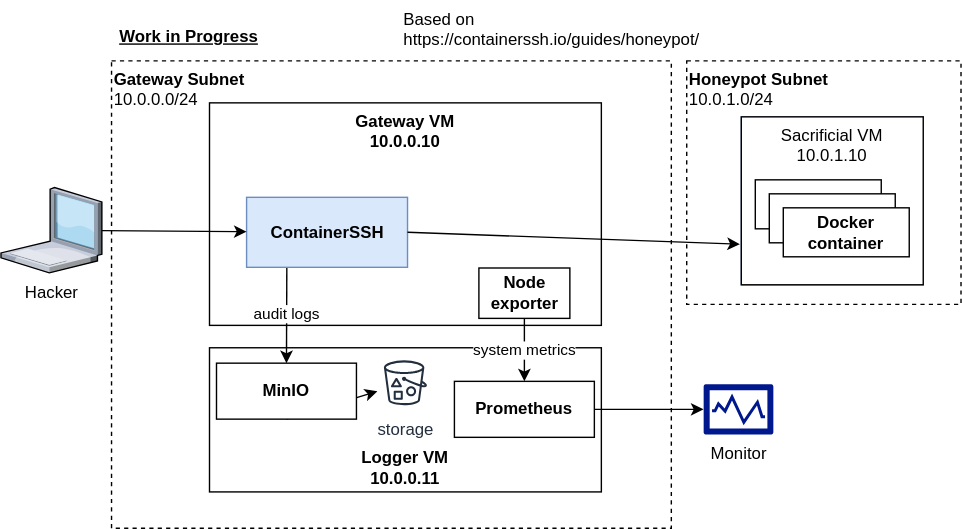
Before: diagrams/infra.drawio.svg, a diagram exported from draw.io (paseaf/ContainerSSH-honeypot). Source tidied: cells renumbered, new cells last; positions are measured from the earlier drawing's top-left corner, leaving out a move shared by most shapes.
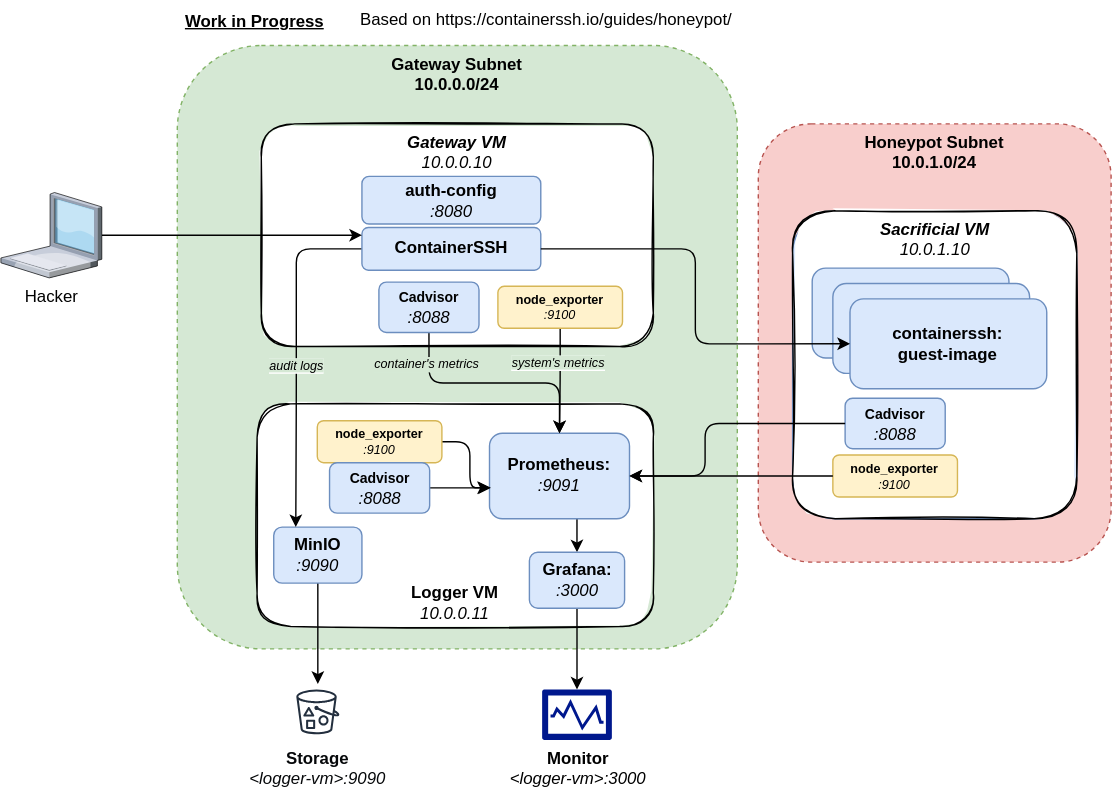
Above is the later version.

What changed in the source:
```diff
@@ -2,79 +2,153 @@
   <root>
     <mxCell id="0" />
     <mxCell id="1" parent="0" />
-    <mxCell id="2" value="Honeypot Subnet&lt;br&gt;&lt;span style=&quot;font-weight: 400 ; text-align: center&quot;&gt;10.0.1.0/24&lt;/span&gt;" style="rounded=0;whiteSpace=wrap;html=1;dashed=1;verticalAlign=top;fontStyle=1;align=left;" parent="1" vertex="1">
-      <mxGeometry x="490" y="43" width="196" height="174" as="geometry" />
-    </mxCell>
-    <mxCell id="3" value="Gateway Subnet&lt;br&gt;&lt;span style=&quot;font-weight: 400 ; text-align: center&quot;&gt;10.0.0.0/24&lt;/span&gt;" style="rounded=0;whiteSpace=wrap;html=1;dashed=1;verticalAlign=top;fontStyle=1;align=left;" parent="1" vertex="1">
-      <mxGeometry x="79" y="43" width="400" height="334" as="geometry" />
+    <mxCell id="3" value="Gateway Subnet&lt;br&gt;10.0.0.0/24" style="rounded=1;whiteSpace=wrap;html=1;dashed=1;verticalAlign=top;fontStyle=1;align=center;fillColor=#d5e8d4;strokeColor=#82b366;" parent="1" vertex="1">
+      <mxGeometry x="79" y="43" width="400" height="431" as="geometry" />
     </mxCell>
-    <mxCell id="4" value="Gateway VM&lt;br&gt;10.0.0.10" style="rounded=0;whiteSpace=wrap;html=1;verticalAlign=top;fontStyle=1;" parent="1" vertex="1">
-      <mxGeometry x="149" y="73" width="280" height="159" as="geometry" />
+    <mxCell id="4" value="&lt;div&gt;&lt;i&gt;Gateway VM&lt;/i&gt;&lt;i&gt;&lt;span style=&quot;font-weight: normal;&quot;&gt;&lt;br&gt;&lt;/span&gt;&lt;/i&gt;&lt;/div&gt;&lt;div&gt;&lt;i&gt;&lt;span style=&quot;font-weight: normal;&quot;&gt;10.0.0.10&lt;/span&gt;&lt;/i&gt;&lt;/div&gt;" style="rounded=1;whiteSpace=wrap;html=1;verticalAlign=top;fontStyle=1;glass=0;shadow=0;sketch=1;" parent="1" vertex="1">
+      <mxGeometry x="139" y="99" width="280" height="159" as="geometry" />
     </mxCell>
+    <mxCell id="2" value="&lt;b&gt;Honeypot Subnet&lt;br&gt;10.0.1.0/24&lt;/b&gt;" style="rounded=1;whiteSpace=wrap;html=1;dashed=1;verticalAlign=top;fontStyle=1;align=center;fillColor=#f8cecc;strokeColor=#b85450;" parent="1" vertex="1">
+      <mxGeometry x="494" y="99" width="252" height="313" as="geometry" />
+    </mxCell>
     <mxCell id="5" value="Based on https://containerssh.io/guides/honeypot/" style="text;whiteSpace=wrap;html=1;" parent="1" vertex="1">
-      <mxGeometry x="286" width="240" height="30" as="geometry" />
+      <mxGeometry x="208" y="11" width="364" height="30" as="geometry" />
     </mxCell>
-    <mxCell id="6" value="Logger VM&lt;br&gt;10.0.0.11" style="rounded=0;whiteSpace=wrap;html=1;verticalAlign=bottom;fontStyle=1;" parent="1" vertex="1">
-      <mxGeometry x="149" y="248" width="280" height="103" as="geometry" />
+    <mxCell id="6" value="&lt;div align=&quot;center&quot;&gt;Logger VM&lt;br&gt;&lt;i&gt;&lt;span style=&quot;font-weight: normal;&quot;&gt;10.0.0.11&lt;/span&gt;&lt;/i&gt;&lt;/div&gt;" style="rounded=1;whiteSpace=wrap;html=1;verticalAlign=bottom;fontStyle=1;glass=0;sketch=1;align=center;" parent="1" vertex="1">
+      <mxGeometry x="136" y="299" width="283" height="159" as="geometry" />
     </mxCell>
-    <mxCell id="7" style="edgeStyle=none;html=1;entryX=0;entryY=0.5;entryDx=0;entryDy=0;entryPerimeter=0;" parent="1" edge="1" source="8" target="17">
-      <mxGeometry relative="1" as="geometry" />
-    </mxCell>
+    <mxCell id="26" style="edgeStyle=orthogonalEdgeStyle;rounded=1;sketch=0;jettySize=auto;html=1;entryX=0.5;entryY=0;entryDx=0;entryDy=0;labelBackgroundColor=#D5E8D4;fontSize=9;" parent="1" edge="1" source="8" target="35">
+      <mxGeometry relative="1" as="geometry">
+        <Array as="points">
+          <mxPoint x="365" y="401" />
+        </Array>
+      </mxGeometry>
+    </mxCell>
-    <mxCell id="8" value="Prometheus" style="whiteSpace=wrap;html=1;fontStyle=1;" parent="1" vertex="1">
-      <mxGeometry x="324" y="272" width="100" height="40" as="geometry" />
+    <mxCell id="8" value="&lt;div&gt;Prometheus:&lt;/div&gt;&lt;div align=&quot;center&quot;&gt;&lt;i&gt;&lt;span style=&quot;font-weight: normal;&quot;&gt;:9091&lt;/span&gt;&lt;/i&gt;&lt;/div&gt;" style="whiteSpace=wrap;html=1;fontStyle=1;fillColor=#dae8fc;strokeColor=#6c8ebf;rounded=1;" parent="1" vertex="1">
+      <mxGeometry x="302" y="320" width="100" height="61" as="geometry" />
     </mxCell>
-    <mxCell id="9" style="edgeStyle=none;html=1;exitX=0.5;exitY=1;exitDx=0;exitDy=0;" parent="1" edge="1" source="10" target="18">
+    <mxCell id="9" style="edgeStyle=orthogonalEdgeStyle;rounded=1;sketch=0;jettySize=auto;html=1;exitX=0.5;exitY=1;exitDx=0;exitDy=0;labelBackgroundColor=#D5E8D4;fontSize=9;" parent="1" edge="1" source="10" target="18">
       <mxGeometry relative="1" as="geometry" />
     </mxCell>
-    <mxCell id="10" value="MinIO" style="whiteSpace=wrap;html=1;fontStyle=1;" parent="1" vertex="1">
-      <mxGeometry x="154" y="259" width="100" height="40" as="geometry" />
+    <mxCell id="10" value="&lt;div&gt;MinIO&lt;/div&gt;&lt;div&gt;&lt;i&gt;&lt;span style=&quot;font-weight: normal;&quot;&gt;:9090&lt;/span&gt;&lt;/i&gt;&lt;br&gt;&lt;/div&gt;" style="whiteSpace=wrap;html=1;fontStyle=1;fillColor=#dae8fc;strokeColor=#6c8ebf;rounded=1;" parent="1" vertex="1">
+      <mxGeometry x="147.9" y="387" width="63" height="40" as="geometry" />
     </mxCell>
-    <mxCell id="11" value="system metrics" style="edgeStyle=none;html=1;entryX=0.5;entryY=0;entryDx=0;entryDy=0;" parent="1" edge="1" source="12" target="8">
+    <mxCell id="11" style="edgeStyle=orthogonalEdgeStyle;rounded=1;sketch=0;jettySize=auto;html=1;entryX=0.5;entryY=0;entryDx=0;entryDy=0;labelBackgroundColor=#D5E8D4;fontSize=9;" parent="1" edge="1" source="12" target="8">
       <mxGeometry relative="1" as="geometry" />
     </mxCell>
+    <mxCell id="27" value="&lt;div&gt;&lt;span style=&quot;background-color: rgb(213, 232, 212);&quot;&gt;system's metrics&lt;/span&gt;&lt;/div&gt;" style="edgeLabel;html=1;align=center;verticalAlign=middle;fontSize=9;fontStyle=2;" parent="11" vertex="1">
+      <mxGeometry x="-0.34" y="-2" relative="1" as="geometry" />
+    </mxCell>
-    <mxCell id="12" value="Node exporter" style="whiteSpace=wrap;html=1;fontStyle=1;" parent="1" vertex="1">
-      <mxGeometry x="341.5" y="191" width="65" height="36" as="geometry" />
+    <mxCell id="12" value="&lt;div&gt;&lt;font style=&quot;font-size: 9px;&quot;&gt;node_exporter&lt;/font&gt;&lt;i style=&quot;font-size: 9px;&quot;&gt;&lt;span style=&quot;font-weight: normal; font-size: 9px;&quot;&gt;&lt;br&gt;&lt;/span&gt;&lt;/i&gt;&lt;/div&gt;&lt;div&gt;&lt;i style=&quot;font-size: 9px;&quot;&gt;&lt;span style=&quot;font-weight: normal; font-size: 9px;&quot;&gt;:9100&lt;/span&gt;&lt;/i&gt;&lt;/div&gt;" style="whiteSpace=wrap;html=1;fontStyle=1;fillColor=#fff2cc;strokeColor=#d6b656;fontSize=9;rounded=1;align=center;" parent="1" vertex="1">
+      <mxGeometry x="308" y="215" width="89" height="30" as="geometry" />
     </mxCell>
+    <mxCell id="28" style="edgeStyle=orthogonalEdgeStyle;rounded=1;sketch=0;jettySize=auto;html=1;entryX=0.25;entryY=0;entryDx=0;entryDy=0;labelBackgroundColor=#D5E8D4;fontSize=9;" parent="1" edge="1" source="14" target="10">
+      <mxGeometry relative="1" as="geometry">
+        <Array as="points">
+          <mxPoint x="164" y="188" />
+          <mxPoint x="164" y="295" />
+        </Array>
+      </mxGeometry>
+    </mxCell>
-    <mxCell id="13" value="audit logs" style="edgeStyle=none;html=1;exitX=0.25;exitY=1;exitDx=0;exitDy=0;entryX=0.5;entryY=0;entryDx=0;entryDy=0;" parent="1" edge="1" source="14" target="10">
-      <mxGeometry relative="1" as="geometry" />
+    <mxCell id="13" value="&lt;span style=&quot;background-color: rgb(213, 232, 212);&quot;&gt;&lt;i&gt;audit logs&lt;/i&gt;&lt;/span&gt;" style="edgeLabel;html=1;align=center;verticalAlign=middle;fontSize=9;" parent="28" vertex="1">
+      <mxGeometry x="0.09" y="1" relative="1" as="geometry">
+        <mxPoint x="-1" y="-3" as="offset" />
+      </mxGeometry>
     </mxCell>
-    <mxCell id="14" value="ContainerSSH" style="whiteSpace=wrap;html=1;fontStyle=1;fillColor=#dae8fc;strokeColor=#6c8ebf;" parent="1" vertex="1">
-      <mxGeometry x="175.5" y="140.5" width="115" height="50" as="geometry" />
+    <mxCell id="14" value="&lt;div&gt;ContainerSSH&lt;br&gt;&lt;/div&gt;" style="whiteSpace=wrap;html=1;fontStyle=1;fillColor=#dae8fc;strokeColor=#6c8ebf;align=center;rounded=1;" parent="1" vertex="1">
+      <mxGeometry x="210.9" y="173" width="127.8" height="30.5" as="geometry" />
     </mxCell>
-    <mxCell id="15" style="edgeStyle=none;html=1;fontStyle=1;" parent="1" edge="1" source="16" target="14">
-      <mxGeometry relative="1" as="geometry" />
+    <mxCell id="15" style="edgeStyle=orthogonalEdgeStyle;rounded=1;sketch=0;jettySize=auto;html=1;labelBackgroundColor=#D5E8D4;fontSize=9;" parent="1" edge="1" source="16" target="14">
+      <mxGeometry relative="1" as="geometry">
+        <Array as="points">
+          <mxPoint x="168" y="179" />
+          <mxPoint x="168" y="179" />
+        </Array>
+      </mxGeometry>
     </mxCell>
     <mxCell id="16" value="Hacker" style="verticalLabelPosition=bottom;sketch=0;html=1;verticalAlign=top;strokeColor=none;align=center;outlineConnect=0;shape=mxgraph.citrix.laptop_1;" parent="1" vertex="1">
-      <mxGeometry y="133.5" width="72.1" height="61" as="geometry" />
+      <mxGeometry x="-47" y="148" width="72.1" height="61" as="geometry" />
     </mxCell>
-    <mxCell id="17" value="Monitor" style="sketch=0;shadow=0;dashed=0;html=1;strokeColor=none;labelPosition=center;verticalLabelPosition=bottom;verticalAlign=top;align=center;fillColor=#00188D;shape=mxgraph.mscae.enterprise.performance_monitor;" parent="1" vertex="1">
-      <mxGeometry x="502" y="274" width="50" height="36" as="geometry" />
+    <mxCell id="17" value="&lt;div&gt;&lt;b&gt;Monitor&lt;br&gt;&lt;/b&gt;&lt;/div&gt;&lt;div&gt;&lt;i&gt;&amp;lt;logger-vm&amp;gt;:3000&lt;/i&gt;&lt;br&gt;&lt;/div&gt;" style="sketch=0;shadow=0;dashed=0;html=1;strokeColor=none;labelPosition=center;verticalLabelPosition=bottom;verticalAlign=top;align=center;fillColor=#00188D;shape=mxgraph.mscae.enterprise.performance_monitor;" parent="1" vertex="1">
+      <mxGeometry x="339.5" y="503" width="50" height="36" as="geometry" />
     </mxCell>
-    <mxCell id="18" value="storage" style="sketch=0;outlineConnect=0;fontColor=#232F3E;gradientColor=none;strokeColor=#232F3E;fillColor=#ffffff;dashed=0;verticalLabelPosition=bottom;verticalAlign=top;align=center;html=1;fontSize=12;fontStyle=0;shape=mxgraph.aws4.resourceIcon;resIcon=mxgraph.aws4.bucket_with_objects;" parent="1" vertex="1">
-      <mxGeometry x="269" y="253" width="40" height="40" as="geometry" />
+    <mxCell id="18" value="&lt;div&gt;&lt;b&gt;&lt;font color=&quot;#06080A&quot;&gt;Storage&lt;/font&gt;&lt;br&gt;&lt;/b&gt;&lt;/div&gt;&lt;div&gt;&lt;font color=&quot;#06080A&quot;&gt;&lt;i&gt;&amp;lt;logger-vm&amp;gt;:9090&lt;/i&gt;&lt;/font&gt;&lt;br&gt;&lt;/div&gt;" style="sketch=0;outlineConnect=0;fontColor=#232F3E;gradientColor=none;strokeColor=#232F3E;fillColor=#ffffff;dashed=0;verticalLabelPosition=bottom;verticalAlign=top;align=center;html=1;fontSize=12;fontStyle=0;shape=mxgraph.aws4.resourceIcon;resIcon=mxgraph.aws4.bucket_with_objects;" parent="1" vertex="1">
+      <mxGeometry x="159.4" y="499" width="40" height="40" as="geometry" />
     </mxCell>
-    <mxCell id="19" style="group;fillColor=#dae8fc;strokeColor=#6c8ebf;" parent="1" vertex="1">
-      <mxGeometry x="529" y="83" width="130" height="120" as="geometry" />
+    <mxCell id="19" style="group;fillColor=#dae8fc;strokeColor=#6c8ebf;rounded=1;" parent="1" vertex="1">
+      <mxGeometry x="518.5" y="161" width="203" height="220" as="geometry" />
     </mxCell>
-    <mxCell id="20" value="Sacrificial VM&lt;br&gt;10.0.1.10" style="rounded=0;whiteSpace=wrap;html=1;verticalAlign=top;" parent="19" vertex="1">
-      <mxGeometry width="130" height="120" as="geometry" />
+    <mxCell id="20" value="&lt;b&gt;&lt;i&gt;Sacrificial VM&lt;/i&gt;&lt;/b&gt;&lt;br&gt;&lt;i&gt;10.0.1.10&lt;/i&gt;" style="rounded=1;whiteSpace=wrap;html=1;verticalAlign=top;sketch=1;" parent="19" vertex="1">
+      <mxGeometry width="203" height="220" as="geometry" />
     </mxCell>
-    <mxCell id="21" value="honeypot" style="whiteSpace=wrap;html=1;fontStyle=1;" parent="19" vertex="1">
-      <mxGeometry x="10" y="45" width="90" height="35" as="geometry" />
+    <mxCell id="21" value="honeypot" style="whiteSpace=wrap;html=1;fontStyle=1;rounded=1;fillColor=#dae8fc;strokeColor=#6c8ebf;" parent="19" vertex="1">
+      <mxGeometry x="14" y="41" width="140.5" height="64.2" as="geometry" />
     </mxCell>
-    <mxCell id="22" value="honeypot" style="whiteSpace=wrap;html=1;fontStyle=1;" parent="19" vertex="1">
-      <mxGeometry x="20" y="55" width="90" height="35" as="geometry" />
+    <mxCell id="22" value="honeypot" style="whiteSpace=wrap;html=1;fontStyle=1;rounded=1;fillColor=#dae8fc;strokeColor=#6c8ebf;" parent="19" vertex="1">
+      <mxGeometry x="28.8" y="52" width="140.5" height="64.2" as="geometry" />
     </mxCell>
-    <mxCell id="23" value="Docker&lt;br&gt;container" style="whiteSpace=wrap;html=1;fontStyle=1;" parent="19" vertex="1">
-      <mxGeometry x="30" y="65" width="90" height="35" as="geometry" />
+    <mxCell id="23" value="&lt;div&gt;containerssh:&lt;/div&gt;&lt;div&gt;guest-image&lt;/div&gt;" style="whiteSpace=wrap;html=1;fontStyle=1;rounded=1;fillColor=#dae8fc;strokeColor=#6c8ebf;" parent="19" vertex="1">
+      <mxGeometry x="41" y="63" width="140.5" height="64.2" as="geometry" />
     </mxCell>
-    <mxCell id="24" style="edgeStyle=none;html=1;exitX=1;exitY=0.5;exitDx=0;exitDy=0;" parent="1" edge="1" source="14">
-      <mxGeometry relative="1" as="geometry">
-        <mxPoint x="528" y="174" as="targetPoint" />
-      </mxGeometry>
-    </mxCell>
+    <mxCell id="29" value="&lt;div&gt;&lt;font style=&quot;font-size: 10px;&quot;&gt;Cadvisor&lt;/font&gt;&lt;span style=&quot;font-weight: normal;&quot;&gt;&lt;i&gt;&lt;br&gt;&lt;/i&gt;&lt;/span&gt;&lt;/div&gt;&lt;div&gt;&lt;span style=&quot;font-weight: normal;&quot;&gt;&lt;i&gt;:8088&lt;/i&gt;&lt;/span&gt;&lt;/div&gt;" style="whiteSpace=wrap;html=1;fontStyle=1;fillColor=#dae8fc;strokeColor=#6c8ebf;rounded=1;align=center;" parent="19" vertex="1">
+      <mxGeometry x="37.5" y="134" width="71.5" height="36" as="geometry" />
+    </mxCell>
+    <mxCell id="30" value="&lt;div&gt;&lt;font style=&quot;font-size: 9px;&quot;&gt;node_exporter&lt;/font&gt;&lt;i style=&quot;font-size: 9px;&quot;&gt;&lt;span style=&quot;font-weight: normal; font-size: 9px;&quot;&gt;&lt;br&gt;&lt;/span&gt;&lt;/i&gt;&lt;/div&gt;&lt;div&gt;&lt;i style=&quot;font-size: 9px;&quot;&gt;&lt;span style=&quot;font-weight: normal; font-size: 9px;&quot;&gt;:9100&lt;/span&gt;&lt;/i&gt;&lt;/div&gt;" style="whiteSpace=wrap;html=1;fontStyle=1;fillColor=#fff2cc;strokeColor=#d6b656;fontSize=9;rounded=1;align=center;" parent="19" vertex="1">
+      <mxGeometry x="28.8" y="174.5" width="89" height="30" as="geometry" />
+    </mxCell>
     <mxCell id="25" value="Work in Progress" style="text;html=1;align=center;verticalAlign=middle;strokeColor=none;fillColor=none;fontStyle=5;" parent="1" vertex="1">
       <mxGeometry x="79" y="17" width="109" height="18" as="geometry" />
     </mxCell>
+    <mxCell id="31" style="edgeStyle=orthogonalEdgeStyle;rounded=1;sketch=0;jettySize=auto;html=1;exitX=0.5;exitY=1;exitDx=0;exitDy=0;entryX=0.5;entryY=0;entryDx=0;entryDy=0;labelBackgroundColor=#D5E8D4;fontSize=9;" parent="1" edge="1" source="33" target="8">
+      <mxGeometry relative="1" as="geometry" />
+    </mxCell>
+    <mxCell id="32" value="container's metrics" style="edgeLabel;html=1;align=center;verticalAlign=middle;fontSize=9;fontStyle=2;labelBackgroundColor=#D5E8D4;" parent="31" vertex="1">
+      <mxGeometry x="-0.69" relative="1" as="geometry">
+        <mxPoint x="-2" y="-3" as="offset" />
+      </mxGeometry>
+    </mxCell>
+    <mxCell id="33" value="&lt;div&gt;&lt;font style=&quot;font-size: 10px;&quot;&gt;Cadvisor&lt;/font&gt;&lt;span style=&quot;font-weight: normal;&quot;&gt;&lt;i&gt;&lt;br&gt;&lt;/i&gt;&lt;/span&gt;&lt;/div&gt;&lt;div&gt;&lt;span style=&quot;font-weight: normal;&quot;&gt;&lt;i&gt;:8088&lt;/i&gt;&lt;/span&gt;&lt;/div&gt;" style="whiteSpace=wrap;html=1;fontStyle=1;fillColor=#dae8fc;strokeColor=#6c8ebf;rounded=1;align=center;" parent="1" vertex="1">
+      <mxGeometry x="223" y="212" width="71.5" height="36" as="geometry" />
+    </mxCell>
+    <mxCell id="34" style="edgeStyle=orthogonalEdgeStyle;rounded=1;sketch=0;jettySize=auto;html=1;exitX=0.5;exitY=1;exitDx=0;exitDy=0;entryX=0.5;entryY=0;entryDx=0;entryDy=0;entryPerimeter=0;labelBackgroundColor=#D5E8D4;fontSize=9;" parent="1" edge="1" source="35" target="17">
+      <mxGeometry relative="1" as="geometry" />
+    </mxCell>
+    <mxCell id="35" value="&lt;div&gt;Grafana:&lt;/div&gt;&lt;div&gt;&lt;i&gt;&lt;span style=&quot;font-weight: normal;&quot;&gt;:3000&lt;/span&gt;&lt;/i&gt;&lt;br&gt;&lt;/div&gt;" style="whiteSpace=wrap;html=1;fontStyle=1;fillColor=#dae8fc;strokeColor=#6c8ebf;rounded=1;" parent="1" vertex="1">
+      <mxGeometry x="330.5" y="405" width="68" height="40" as="geometry" />
+    </mxCell>
+    <mxCell id="36" value="&lt;div&gt;&lt;span style=&quot;font-weight: normal;&quot;&gt;&lt;b&gt;auth-config&lt;/b&gt;&lt;i&gt;&lt;br&gt;&lt;/i&gt;&lt;/span&gt;&lt;/div&gt;&lt;div&gt;&lt;span style=&quot;font-weight: normal;&quot;&gt;&lt;i&gt;:8080&lt;/i&gt;&lt;/span&gt;&lt;/div&gt;" style="whiteSpace=wrap;html=1;fontStyle=1;fillColor=#dae8fc;strokeColor=#6c8ebf;align=center;rounded=1;" parent="1" vertex="1">
+      <mxGeometry x="210.9" y="136.5" width="127.8" height="34" as="geometry" />
+    </mxCell>
+    <mxCell id="37" style="edgeStyle=orthogonalEdgeStyle;rounded=1;sketch=0;jettySize=auto;html=1;entryX=0.003;entryY=0.637;entryDx=0;entryDy=0;entryPerimeter=0;labelBackgroundColor=#D5E8D4;fontSize=9;" parent="1" edge="1" source="38" target="8">
+      <mxGeometry relative="1" as="geometry" />
+    </mxCell>
+    <mxCell id="38" value="&lt;div&gt;&lt;font style=&quot;font-size: 9px;&quot;&gt;node_exporter&lt;/font&gt;&lt;i style=&quot;font-size: 9px;&quot;&gt;&lt;span style=&quot;font-weight: normal; font-size: 9px;&quot;&gt;&lt;br&gt;&lt;/span&gt;&lt;/i&gt;&lt;/div&gt;&lt;div&gt;&lt;i style=&quot;font-size: 9px;&quot;&gt;&lt;span style=&quot;font-weight: normal; font-size: 9px;&quot;&gt;:9100&lt;/span&gt;&lt;/i&gt;&lt;/div&gt;" style="whiteSpace=wrap;html=1;fontStyle=1;fillColor=#fff2cc;strokeColor=#d6b656;fontSize=9;rounded=1;align=center;" parent="1" vertex="1">
+      <mxGeometry x="179" y="311" width="89" height="30" as="geometry" />
+    </mxCell>
+    <mxCell id="39" style="edgeStyle=orthogonalEdgeStyle;rounded=1;sketch=0;jettySize=auto;html=1;entryX=0.01;entryY=0.639;entryDx=0;entryDy=0;entryPerimeter=0;labelBackgroundColor=#D5E8D4;fontSize=9;" parent="1" edge="1" source="40" target="8">
+      <mxGeometry relative="1" as="geometry" />
+    </mxCell>
+    <mxCell id="40" value="&lt;div&gt;&lt;font style=&quot;font-size: 10px;&quot;&gt;Cadvisor&lt;/font&gt;&lt;span style=&quot;font-weight: normal;&quot;&gt;&lt;i&gt;&lt;br&gt;&lt;/i&gt;&lt;/span&gt;&lt;/div&gt;&lt;div&gt;&lt;span style=&quot;font-weight: normal;&quot;&gt;&lt;i&gt;:8088&lt;/i&gt;&lt;/span&gt;&lt;/div&gt;" style="whiteSpace=wrap;html=1;fontStyle=1;fillColor=#dae8fc;strokeColor=#6c8ebf;rounded=1;align=center;" parent="1" vertex="1">
+      <mxGeometry x="187.8" y="341" width="71.5" height="36" as="geometry" />
+    </mxCell>
+    <mxCell id="41" style="edgeStyle=orthogonalEdgeStyle;rounded=1;sketch=0;jettySize=auto;html=1;entryX=1;entryY=0.5;entryDx=0;entryDy=0;labelBackgroundColor=#D5E8D4;fontSize=9;" parent="1" edge="1" source="29" target="8">
+      <mxGeometry relative="1" as="geometry">
+        <Array as="points">
+          <mxPoint x="456" y="313" />
+          <mxPoint x="456" y="351" />
+        </Array>
+      </mxGeometry>
+    </mxCell>
+    <mxCell id="42" style="edgeStyle=orthogonalEdgeStyle;rounded=1;sketch=0;jettySize=auto;html=1;exitX=0;exitY=0.5;exitDx=0;exitDy=0;entryX=1;entryY=0.5;entryDx=0;entryDy=0;labelBackgroundColor=#D5E8D4;fontSize=9;" parent="1" edge="1" source="30" target="8">
+      <mxGeometry relative="1" as="geometry">
+        <Array as="points">
+          <mxPoint x="466" y="350" />
+          <mxPoint x="466" y="350" />
+        </Array>
+      </mxGeometry>
+    </mxCell>
+    <mxCell id="43" style="edgeStyle=orthogonalEdgeStyle;rounded=1;sketch=0;jettySize=auto;html=1;entryX=0;entryY=0.5;entryDx=0;entryDy=0;labelBackgroundColor=#D5E8D4;fontSize=9;" parent="1" edge="1" source="14" target="23">
+      <mxGeometry relative="1" as="geometry" />
+    </mxCell>
   </root>
 </mxGraphModel>
```
